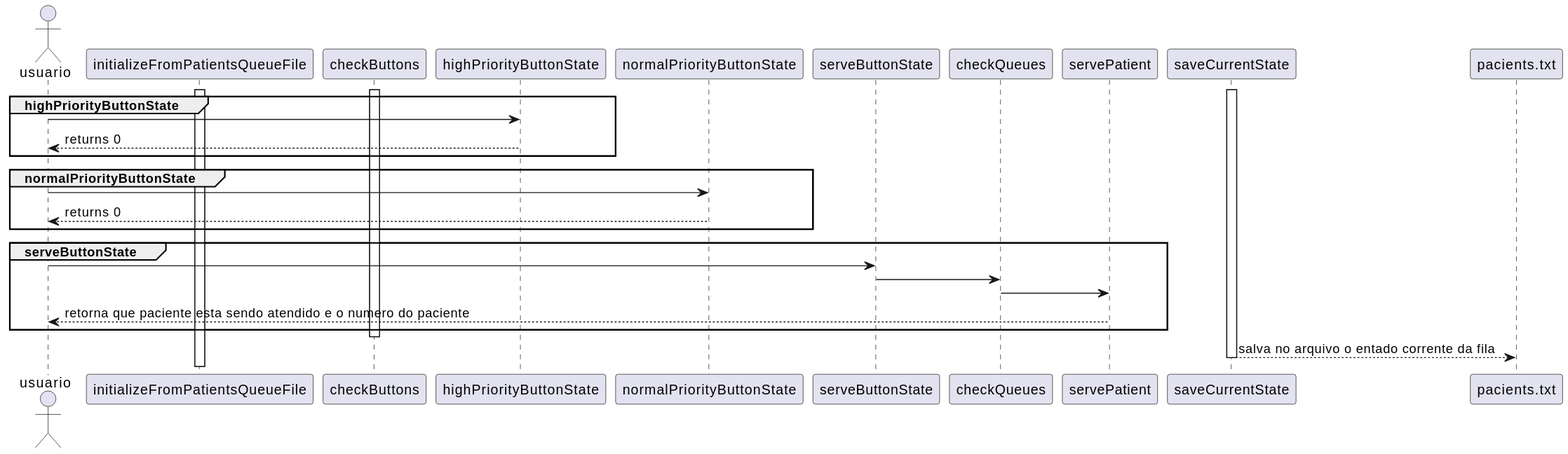
Above: Diagramas/sequencia.svg in fabifseghetto/projeto_GB_embarcados (PlantUML), before the change. Source of this version:
```plantuml
@startuml diagrama_sequencia_GB

actor usuario

activate initializeFromPatientsQueueFile
deactivate initializeFromPatientsQueueFile

activate checkButtons

    group highPriorityButtonState
        usuario -> highPriorityButtonState
        highPriorityButtonState --> usuario : returns 0
    end

    group normalPriorityButtonState
        usuario -> normalPriorityButtonState
        normalPriorityButtonState --> usuario : returns 0
    end

    group serveButtonState
        usuario -> serveButtonState
        serveButtonState -> checkQueues
        checkQueues -> servePatient
        servePatient --> usuario : retorna que paciente esta sendo atendido e o numero do paciente
    end
deactivate checkButtons

activate saveCurrentState
    saveCurrentState --> pacients.txt : salva no arquivo o entado corrente da fila
deactivate saveCurrentState


@enduml
```
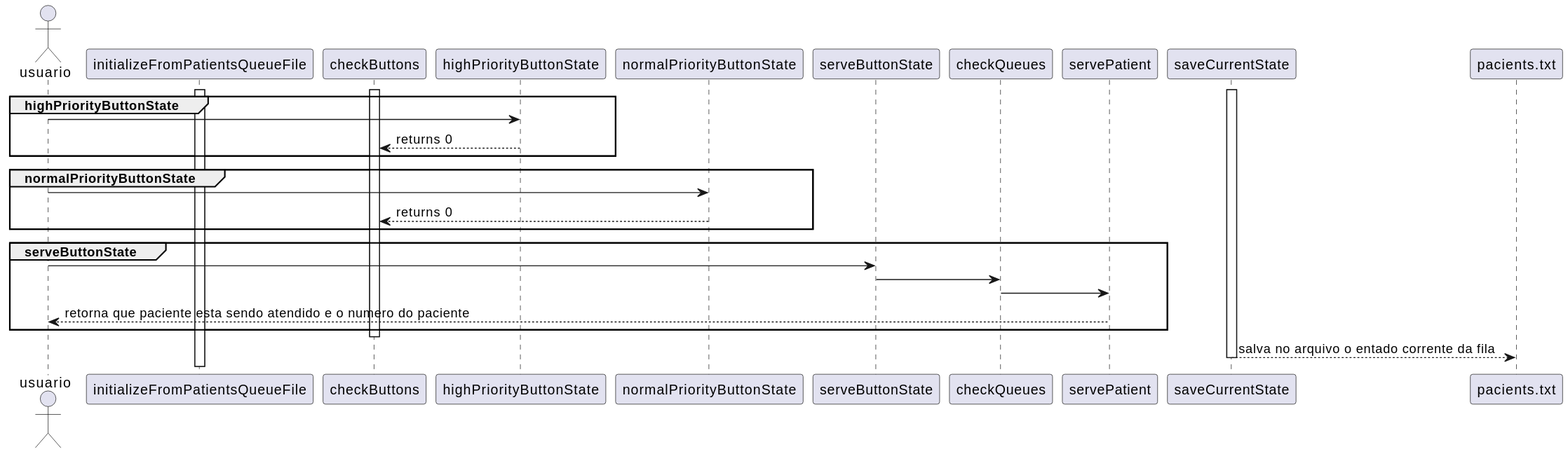
The same diagram one commit later.

Commit message:
corrected buttons return

What changed in the source:
```diff
@@ -9,12 +9,12 @@
 
     group highPriorityButtonState
         usuario -> highPriorityButtonState
-        highPriorityButtonState --> usuario : returns 0
+        highPriorityButtonState --> checkButtons : returns 0
     end
 
     group normalPriorityButtonState
         usuario -> normalPriorityButtonState
-        normalPriorityButtonState --> usuario : returns 0
+        normalPriorityButtonState --> checkButtons : returns 0
     end
 
     group serveButtonState
```
